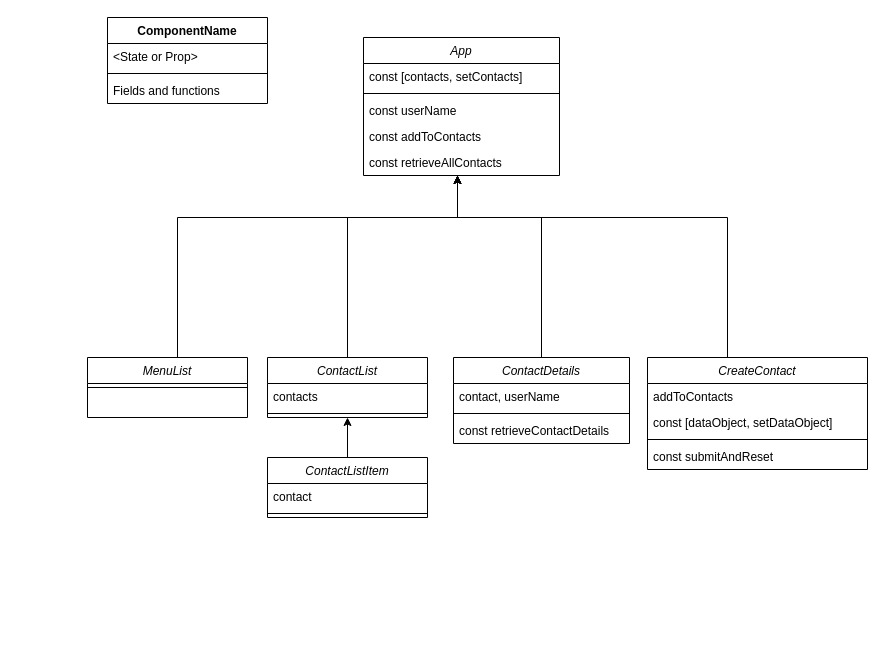
Above: react_address_book_part_1.drawio in boolean-uk/react-address-book-part-1 (draw.io), before the change. Source tidied: cells renumbered, new cells numbered last; positions are measured from the earlier drawing's top-left corner, leaving out a move shared by most shapes. Both pictures are drawn from the tidied source at 100%, with x=0, y=0 at pixel (87, 17).
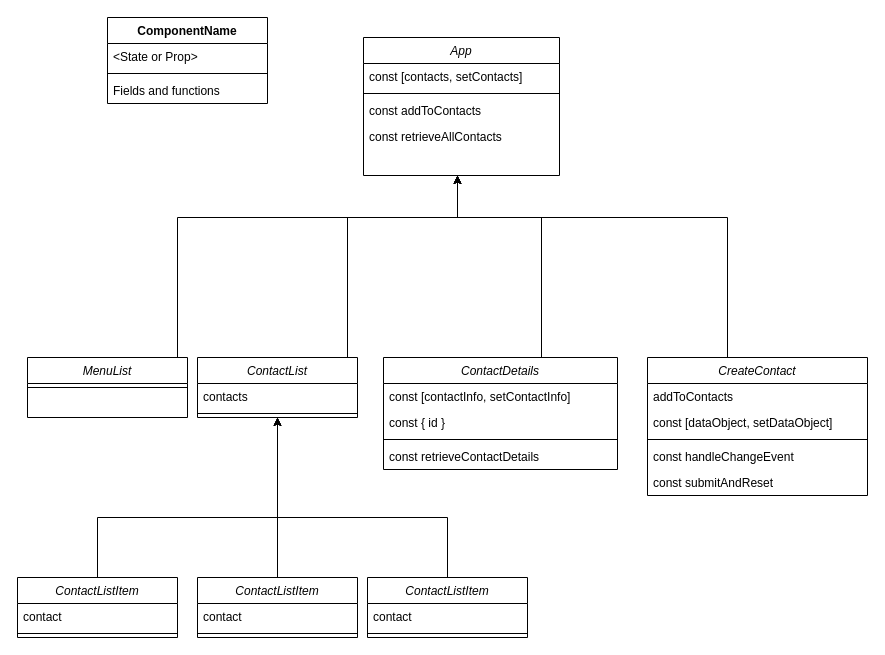
The same page after the edit.

Unchanged cells that the change refers to:
```xml
<mxCell id="2" value="App" style="swimlane;fontStyle=2;align=center;verticalAlign=top;horizontal=1;startSize=26;rounded=0;shadow=0;strokeWidth=1;" parent="1" vertex="1">
  <mxGeometry x="276" y="20" width="196" height="138" as="geometry" />
</mxCell>
```

What changed in the source:
```diff
@@
-    <mxCell id="5" value="const userName" style="text;strokeColor=none;fillColor=none;align=left;verticalAlign=top;spacingLeft=4;spacingRight=4;overflow=hidden;whiteSpace=wrap;html=1;" parent="2" vertex="1">
-      <mxGeometry y="60" width="196" height="26" as="geometry" />
-    </mxCell>
     <mxCell id="6" value="const addToContacts" style="text;strokeColor=none;fillColor=none;align=left;verticalAlign=top;spacingLeft=4;spacingRight=4;overflow=hidden;whiteSpace=wrap;html=1;" parent="2" vertex="1">
-      <mxGeometry y="86" width="196" height="26" as="geometry" />
+      <mxGeometry y="60" width="196" height="26" as="geometry" />
     </mxCell>
     <mxCell id="7" value="const retrieveAllContacts" style="text;strokeColor=none;fillColor=none;align=left;verticalAlign=top;spacingLeft=4;spacingRight=4;overflow=hidden;whiteSpace=wrap;html=1;" parent="2" vertex="1">
-      <mxGeometry y="112" width="196" height="26" as="geometry" />
+      <mxGeometry y="86" width="196" height="26" as="geometry" />
     </mxCell>
@@
     <mxCell id="9" value="MenuList" style="swimlane;fontStyle=2;align=center;verticalAlign=top;horizontal=1;startSize=26;rounded=0;shadow=0;strokeWidth=1;" parent="1" vertex="1">
-      <mxGeometry y="340" width="160" height="60" as="geometry" />
+      <mxGeometry x="-60" y="340" width="160" height="60" as="geometry" />
     </mxCell>
@@
     <mxCell id="12" value="ContactList" style="swimlane;fontStyle=2;align=center;verticalAlign=top;horizontal=1;startSize=26;rounded=0;shadow=0;strokeWidth=1;" parent="1" vertex="1">
-      <mxGeometry x="180" y="340" width="160" height="60" as="geometry" />
+      <mxGeometry x="110" y="340" width="160" height="60" as="geometry" />
     </mxCell>
@@
     <mxCell id="16" value="ContactDetails" style="swimlane;fontStyle=2;align=center;verticalAlign=top;horizontal=1;startSize=26;rounded=0;shadow=0;strokeWidth=1;" parent="1" vertex="1">
-      <mxGeometry x="366" y="340" width="176" height="86" as="geometry" />
+      <mxGeometry x="296" y="340" width="234" height="112" as="geometry" />
     </mxCell>
-    <mxCell id="17" value="contact, userName" style="text;strokeColor=none;fillColor=none;align=left;verticalAlign=top;spacingLeft=4;spacingRight=4;overflow=hidden;whiteSpace=wrap;html=1;" parent="16" vertex="1">
-      <mxGeometry y="26" width="176" height="26" as="geometry" />
+    <mxCell id="17" value="const [contactInfo, setContactInfo]" style="text;strokeColor=none;fillColor=none;align=left;verticalAlign=top;spacingLeft=4;spacingRight=4;overflow=hidden;whiteSpace=wrap;html=1;" parent="16" vertex="1">
+      <mxGeometry y="26" width="234" height="26" as="geometry" />
     </mxCell>
+    <mxCell id="34" value="const { id }" style="text;strokeColor=none;fillColor=none;align=left;verticalAlign=top;spacingLeft=4;spacingRight=4;overflow=hidden;whiteSpace=wrap;html=1;" parent="16" vertex="1">
+      <mxGeometry y="52" width="234" height="26" as="geometry" />
+    </mxCell>
     <mxCell id="18" style="line;html=1;strokeWidth=1;align=left;verticalAlign=middle;spacingTop=-1;spacingLeft=3;spacingRight=3;labelPosition=right;" parent="16" vertex="1">
-      <mxGeometry y="52" width="176" height="8" as="geometry" />
+      <mxGeometry y="78" width="234" height="8" as="geometry" />
     </mxCell>
     <mxCell id="19" value="const retrieveContactDetails" style="text;strokeColor=none;fillColor=none;align=left;verticalAlign=top;spacingLeft=4;spacingRight=4;overflow=hidden;whiteSpace=wrap;html=1;" parent="16" vertex="1">
-      <mxGeometry y="60" width="176" height="26" as="geometry" />
+      <mxGeometry y="86" width="234" height="26" as="geometry" />
     </mxCell>
@@
     <mxCell id="21" value="CreateContact" style="swimlane;fontStyle=2;align=center;verticalAlign=top;horizontal=1;startSize=26;rounded=0;shadow=0;strokeWidth=1;" parent="1" vertex="1">
-      <mxGeometry x="560" y="340" width="220" height="112" as="geometry" />
+      <mxGeometry x="560" y="340" width="220" height="138" as="geometry" />
     </mxCell>
@@
+    <mxCell id="35" value="const handleChangeEvent" style="text;strokeColor=none;fillColor=none;align=left;verticalAlign=top;spacingLeft=4;spacingRight=4;overflow=hidden;whiteSpace=wrap;html=1;" parent="21" vertex="1">
+      <mxGeometry y="86" width="220" height="26" as="geometry" />
+    </mxCell>
     <mxCell id="25" value="const submitAndReset" style="text;strokeColor=none;fillColor=none;align=left;verticalAlign=top;spacingLeft=4;spacingRight=4;overflow=hidden;whiteSpace=wrap;html=1;" parent="21" vertex="1">
-      <mxGeometry y="86" width="220" height="26" as="geometry" />
+      <mxGeometry y="112" width="220" height="26" as="geometry" />
     </mxCell>
     <mxCell id="26" style="edgeStyle=orthogonalEdgeStyle;rounded=0;jettySize=auto;html=1;" parent="1" edge="1" source="27" target="12">
-      <mxGeometry relative="1" as="geometry" />
+      <mxGeometry relative="1" as="geometry">
+        <Array as="points">
+          <mxPoint x="10" y="500" />
+          <mxPoint x="190" y="500" />
+        </Array>
+      </mxGeometry>
     </mxCell>
     <mxCell id="27" value="ContactListItem" style="swimlane;fontStyle=2;align=center;verticalAlign=top;horizontal=1;startSize=26;rounded=0;shadow=0;strokeWidth=1;" parent="1" vertex="1">
-      <mxGeometry x="180" y="440" width="160" height="60" as="geometry" />
+      <mxGeometry x="-70" y="560" width="160" height="60" as="geometry" />
     </mxCell>
@@
+    <mxCell id="36" style="edgeStyle=orthogonalEdgeStyle;rounded=0;jettySize=auto;html=1;" parent="1" edge="1" source="37" target="12">
+      <mxGeometry relative="1" as="geometry" />
+    </mxCell>
+    <mxCell id="37" value="ContactListItem" style="swimlane;fontStyle=2;align=center;verticalAlign=top;horizontal=1;startSize=26;rounded=0;shadow=0;strokeWidth=1;" parent="1" vertex="1">
+      <mxGeometry x="110" y="560" width="160" height="60" as="geometry" />
+    </mxCell>
+    <mxCell id="38" value="contact" style="text;strokeColor=none;fillColor=none;align=left;verticalAlign=top;spacingLeft=4;spacingRight=4;overflow=hidden;whiteSpace=wrap;html=1;" parent="37" vertex="1">
+      <mxGeometry y="26" width="160" height="26" as="geometry" />
+    </mxCell>
+    <mxCell id="39" style="line;html=1;strokeWidth=1;align=left;verticalAlign=middle;spacingTop=-1;spacingLeft=3;spacingRight=3;labelPosition=right;" parent="37" vertex="1">
+      <mxGeometry y="52" width="160" height="8" as="geometry" />
+    </mxCell>
+    <mxCell id="40" style="edgeStyle=orthogonalEdgeStyle;rounded=0;jettySize=auto;html=1;" parent="1" edge="1" source="41" target="12">
+      <mxGeometry relative="1" as="geometry">
+        <Array as="points">
+          <mxPoint x="360" y="500" />
+          <mxPoint x="190" y="500" />
+        </Array>
+      </mxGeometry>
+    </mxCell>
+    <mxCell id="41" value="ContactListItem" style="swimlane;fontStyle=2;align=center;verticalAlign=top;horizontal=1;startSize=26;rounded=0;shadow=0;strokeWidth=1;" parent="1" vertex="1">
+      <mxGeometry x="280" y="560" width="160" height="60" as="geometry" />
+    </mxCell>
+    <mxCell id="42" value="contact" style="text;strokeColor=none;fillColor=none;align=left;verticalAlign=top;spacingLeft=4;spacingRight=4;overflow=hidden;whiteSpace=wrap;html=1;" parent="41" vertex="1">
+      <mxGeometry y="26" width="160" height="26" as="geometry" />
+    </mxCell>
+    <mxCell id="43" style="line;html=1;strokeWidth=1;align=left;verticalAlign=middle;spacingTop=-1;spacingLeft=3;spacingRight=3;labelPosition=right;" parent="41" vertex="1">
+      <mxGeometry y="52" width="160" height="8" as="geometry" />
+    </mxCell>
```
